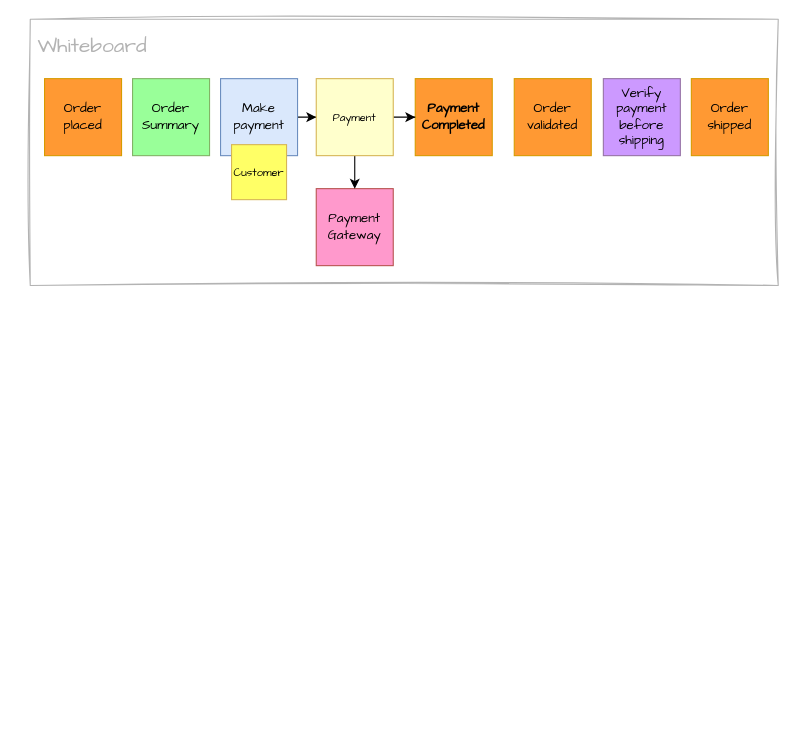
Earlier version of the draw.io diagram page "03-SOFT01" (8 of 12) of content/en/knowledgebase/ddd-eventstorming/eventstorming.drawio (mauvaisetroupe/architech). Source tidied: cells renumbered, new cells numbered last; positions are measured from the earlier drawing's top-left corner, leaving out a move shared by most shapes. Both pictures are drawn from the tidied source at 110%, with x=0, y=0 at pixel (30, 19).
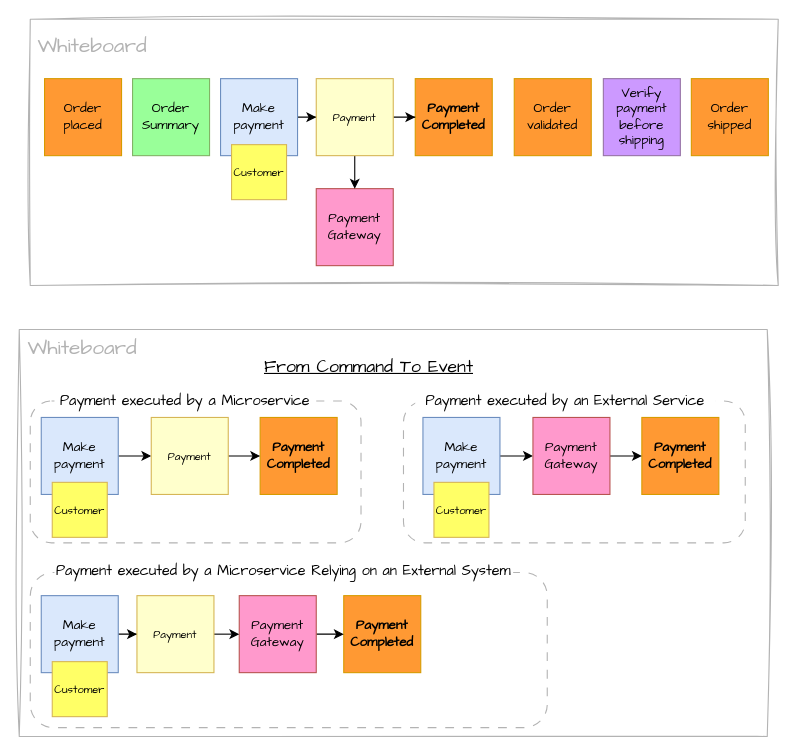
Above is the later version.

The edit, as a diff of the source:
```diff
@@
+    <mxCell id="17" style="rounded=0;whiteSpace=wrap;html=1;sketch=1;hachureGap=4;jiggle=2;curveFitting=1;fontFamily=Architects Daughter;strokeColor=#B3B3B3;" parent="1" vertex="1">
+      <mxGeometry x="-10" y="282" width="680" height="370" as="geometry" />
+    </mxCell>
+    <mxCell id="18" style="rounded=1;whiteSpace=wrap;html=1;dashed=1;dashPattern=8 8;strokeColor=#B3B3B3;strokeWidth=1;align=left;verticalAlign=middle;spacingLeft=6;spacingTop=0;fontFamily=Helvetica;fontSize=12;fontColor=default;labelBackgroundColor=default;fillColor=default;" parent="1" vertex="1">
+      <mxGeometry y="347" width="300.7" height="129" as="geometry" />
+    </mxCell>
+    <mxCell id="19" style="rounded=1;whiteSpace=wrap;html=1;dashed=1;dashPattern=8 8;strokeColor=#B3B3B3;strokeWidth=1;align=left;verticalAlign=middle;spacingLeft=6;spacingTop=0;fontFamily=Helvetica;fontSize=12;fontColor=default;labelBackgroundColor=default;fillColor=default;" parent="1" vertex="1">
+      <mxGeometry x="339.3" y="347" width="310.7" height="129" as="geometry" />
+    </mxCell>
+    <mxCell id="20" style="rounded=1;whiteSpace=wrap;html=1;dashed=1;dashPattern=8 8;strokeColor=#B3B3B3;strokeWidth=1;align=left;verticalAlign=middle;spacingLeft=6;spacingTop=0;fontFamily=Helvetica;fontSize=12;fontColor=default;labelBackgroundColor=default;fillColor=default;" parent="1" vertex="1">
+      <mxGeometry y="503" width="470" height="141" as="geometry" />
+    </mxCell>
@@
+    <mxCell id="21" style="edgeStyle=orthogonalEdgeStyle;rounded=0;jettySize=auto;html=1;entryX=0;entryY=0.5;entryDx=0;entryDy=0;" parent="1" edge="1" source="22" target="26">
+      <mxGeometry relative="1" as="geometry" />
+    </mxCell>
+    <mxCell id="22" value="Make payment" style="whiteSpace=wrap;html=1;hachureGap=4;fontFamily=Architects Daughter;fillColor=#dae8fc;strokeColor=#6c8ebf;spacingTop=2;spacingLeft=2;spacingBottom=2;spacingRight=2;align=center;verticalAlign=middle;fontSize=12;" parent="1" vertex="1">
+      <mxGeometry x="357" y="362" width="70" height="70" as="geometry" />
+    </mxCell>
+    <mxCell id="23" value="&lt;strong&gt;Payment Completed&lt;/strong&gt;" style="whiteSpace=wrap;html=1;hachureGap=4;fontFamily=Architects Daughter;fillColor=#FF9933;strokeColor=#d79b00;spacingTop=2;spacingLeft=2;spacingBottom=2;spacingRight=2;" parent="1" vertex="1">
+      <mxGeometry x="556" y="362" width="70" height="70" as="geometry" />
+    </mxCell>
+    <mxCell id="24" value="Customer" style="whiteSpace=wrap;html=1;hachureGap=4;fontFamily=Architects Daughter;fillColor=#FFFF66;strokeColor=#d6b656;spacingTop=2;spacingLeft=2;spacingBottom=2;spacingRight=2;fontSize=10;" parent="1" vertex="1">
+      <mxGeometry x="367" y="421" width="50" height="50" as="geometry" />
+    </mxCell>
+    <mxCell id="25" style="edgeStyle=orthogonalEdgeStyle;rounded=0;jettySize=auto;html=1;" parent="1" edge="1" source="26" target="23">
+      <mxGeometry relative="1" as="geometry" />
+    </mxCell>
+    <mxCell id="26" value="Payment Gateway" style="whiteSpace=wrap;html=1;hachureGap=4;fontFamily=Architects Daughter;fillColor=#FF99CC;strokeColor=#b85450;spacingTop=2;spacingLeft=2;spacingBottom=2;spacingRight=2;" parent="1" vertex="1">
+      <mxGeometry x="457" y="362" width="70" height="70" as="geometry" />
+    </mxCell>
+    <mxCell id="27" value="&lt;span style=&quot;font-family: &amp;quot;Architects Daughter&amp;quot;; font-size: 19px; font-style: normal; font-variant-ligatures: normal; font-variant-caps: normal; font-weight: 400; letter-spacing: normal; orphans: 2; text-align: center; text-indent: 0px; text-transform: none; widows: 2; word-spacing: 0px; -webkit-text-stroke-width: 0px; white-space: nowrap; background-color: rgb(255, 255, 255); text-decoration-thickness: initial; text-decoration-style: initial; text-decoration-color: initial; float: none; display: inline !important;&quot;&gt;Whiteboard&lt;/span&gt;" style="text;whiteSpace=wrap;html=1;fontFamily=Architects Daughter;fontColor=#B3B3B3;" parent="1" vertex="1">
+      <mxGeometry x="-4" y="282" width="88" height="27" as="geometry" />
+    </mxCell>
+    <mxCell id="28" style="edgeStyle=orthogonalEdgeStyle;rounded=0;hachureGap=4;jettySize=auto;html=1;entryX=0;entryY=0.5;entryDx=0;entryDy=0;fontFamily=Architects Daughter;" parent="1" edge="1" source="29" target="35">
+      <mxGeometry relative="1" as="geometry" />
+    </mxCell>
+    <mxCell id="29" value="Make payment" style="whiteSpace=wrap;html=1;hachureGap=4;fontFamily=Architects Daughter;fillColor=#dae8fc;strokeColor=#6c8ebf;spacingTop=2;spacingLeft=2;spacingBottom=2;spacingRight=2;align=center;verticalAlign=middle;fontSize=12;flipH=0;flipV=1;" parent="1" vertex="1">
+      <mxGeometry x="10" y="524" width="70" height="70" as="geometry" />
+    </mxCell>
+    <mxCell id="30" value="Customer" style="whiteSpace=wrap;html=1;hachureGap=4;fontFamily=Architects Daughter;fillColor=#FFFF66;strokeColor=#d6b656;spacingTop=2;spacingLeft=2;spacingBottom=2;spacingRight=2;fontSize=10;" parent="1" vertex="1">
+      <mxGeometry x="20" y="584" width="50" height="50" as="geometry" />
+    </mxCell>
+    <mxCell id="31" value="&lt;strong&gt;Payment Completed&lt;/strong&gt;" style="whiteSpace=wrap;html=1;hachureGap=4;fontFamily=Architects Daughter;fillColor=#FF9933;strokeColor=#d79b00;spacingTop=2;spacingLeft=2;spacingBottom=2;spacingRight=2;flipH=0;flipV=1;" parent="1" vertex="1">
+      <mxGeometry x="285" y="524" width="70" height="70" as="geometry" />
+    </mxCell>
+    <mxCell id="32" style="edgeStyle=orthogonalEdgeStyle;rounded=0;jettySize=auto;html=1;exitX=1;exitY=0.5;exitDx=0;exitDy=0;" parent="1" edge="1" source="33" target="31">
+      <mxGeometry relative="1" as="geometry" />
+    </mxCell>
+    <mxCell id="33" value="Payment Gateway" style="whiteSpace=wrap;html=1;hachureGap=4;fontFamily=Architects Daughter;fillColor=#FF99CC;strokeColor=#b85450;spacingTop=2;spacingLeft=2;spacingBottom=2;spacingRight=2;" parent="1" vertex="1">
+      <mxGeometry x="190" y="524" width="70" height="70" as="geometry" />
+    </mxCell>
+    <mxCell id="34" style="rounded=0;hachureGap=4;jettySize=auto;html=1;entryX=0;entryY=0.5;entryDx=0;entryDy=0;fontFamily=Architects Daughter;" parent="1" edge="1" source="35" target="33">
+      <mxGeometry relative="1" as="geometry" />
+    </mxCell>
+    <mxCell id="35" value="Payment" style="whiteSpace=wrap;html=1;hachureGap=4;fontFamily=Architects Daughter;fillColor=#FFFFCC;strokeColor=#d6b656;spacingTop=2;spacingLeft=2;spacingBottom=2;spacingRight=2;align=center;verticalAlign=middle;fontSize=10;fontColor=default;flipH=0;flipV=1;" parent="1" vertex="1">
+      <mxGeometry x="97" y="524" width="70" height="70" as="geometry" />
+    </mxCell>
+    <mxCell id="36" value="Payment executed by an External Service" style="text;html=1;align=center;verticalAlign=middle;whiteSpace=wrap;rounded=0;fontFamily=architects daughter;fillColor=default;fontSize=13;" parent="1" vertex="1">
+      <mxGeometry x="350" y="337" width="273" height="20" as="geometry" />
+    </mxCell>
+    <mxCell id="37" value="Payment executed by a Microservice Relying on an External System" style="text;html=1;align=center;verticalAlign=middle;whiteSpace=wrap;rounded=0;fontFamily=architects daughter;fillColor=default;fontSize=13;" parent="1" vertex="1">
+      <mxGeometry x="22" y="492" width="417" height="20" as="geometry" />
+    </mxCell>
+    <mxCell id="38" value="Payment executed by a Microservice" style="text;html=1;align=center;verticalAlign=middle;whiteSpace=wrap;rounded=0;fontFamily=architects daughter;fillColor=default;fontSize=13;" parent="1" vertex="1">
+      <mxGeometry x="22" y="337" width="238" height="20" as="geometry" />
+    </mxCell>
+    <mxCell id="39" style="edgeStyle=orthogonalEdgeStyle;rounded=0;hachureGap=4;jettySize=auto;html=1;entryX=0;entryY=0.5;entryDx=0;entryDy=0;fontFamily=Architects Daughter;" parent="1" edge="1" source="40" target="44">
+      <mxGeometry relative="1" as="geometry" />
+    </mxCell>
+    <mxCell id="40" value="Make payment" style="whiteSpace=wrap;html=1;hachureGap=4;fontFamily=Architects Daughter;fillColor=#dae8fc;strokeColor=#6c8ebf;spacingTop=2;spacingLeft=2;spacingBottom=2;spacingRight=2;align=center;verticalAlign=middle;fontSize=12;flipH=0;flipV=1;" parent="1" vertex="1">
+      <mxGeometry x="10" y="362" width="70" height="70" as="geometry" />
+    </mxCell>
+    <mxCell id="41" value="Customer" style="whiteSpace=wrap;html=1;hachureGap=4;fontFamily=Architects Daughter;fillColor=#FFFF66;strokeColor=#d6b656;spacingTop=2;spacingLeft=2;spacingBottom=2;spacingRight=2;fontSize=10;" parent="1" vertex="1">
+      <mxGeometry x="20" y="421" width="50" height="50" as="geometry" />
+    </mxCell>
+    <mxCell id="42" value="&lt;strong&gt;Payment Completed&lt;/strong&gt;" style="whiteSpace=wrap;html=1;hachureGap=4;fontFamily=Architects Daughter;fillColor=#FF9933;strokeColor=#d79b00;spacingTop=2;spacingLeft=2;spacingBottom=2;spacingRight=2;flipH=0;flipV=1;" parent="1" vertex="1">
+      <mxGeometry x="209" y="362" width="70" height="70" as="geometry" />
+    </mxCell>
+    <mxCell id="43" style="edgeStyle=orthogonalEdgeStyle;rounded=0;jettySize=auto;html=1;exitX=1;exitY=0.5;exitDx=0;exitDy=0;" parent="1" edge="1" source="44" target="42">
+      <mxGeometry relative="1" as="geometry" />
+    </mxCell>
+    <mxCell id="44" value="Payment" style="whiteSpace=wrap;html=1;hachureGap=4;fontFamily=Architects Daughter;fillColor=#FFFFCC;strokeColor=#d6b656;spacingTop=2;spacingLeft=2;spacingBottom=2;spacingRight=2;align=center;verticalAlign=middle;fontSize=10;fontColor=default;flipH=0;flipV=1;" parent="1" vertex="1">
+      <mxGeometry x="110" y="362" width="70" height="70" as="geometry" />
+    </mxCell>
+    <mxCell id="45" value="From Command To Event" style="text;html=1;align=center;verticalAlign=middle;whiteSpace=wrap;rounded=0;fontFamily=architects daughter;fontSize=16;fontStyle=4;" parent="1" vertex="1">
+      <mxGeometry x="183" y="302" width="250" height="28" as="geometry" />
+    </mxCell>
```
